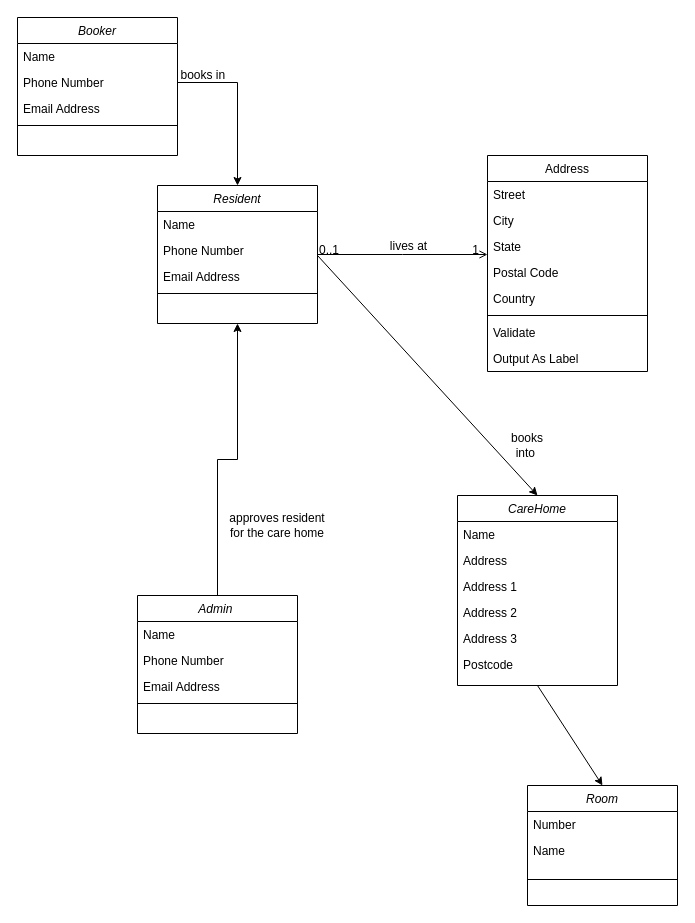
mattwatts36/drawings keeps this draw.io diagram as CareHomeClassDiagram.drawio. Above is the earlier version. Source tidied: cells renumbered, new cells numbered last; positions are measured from the earlier drawing's top-left corner, leaving out a move shared by most shapes. Both pictures are drawn from the tidied source at 100%, with x=0, y=0 at pixel (17, 17).
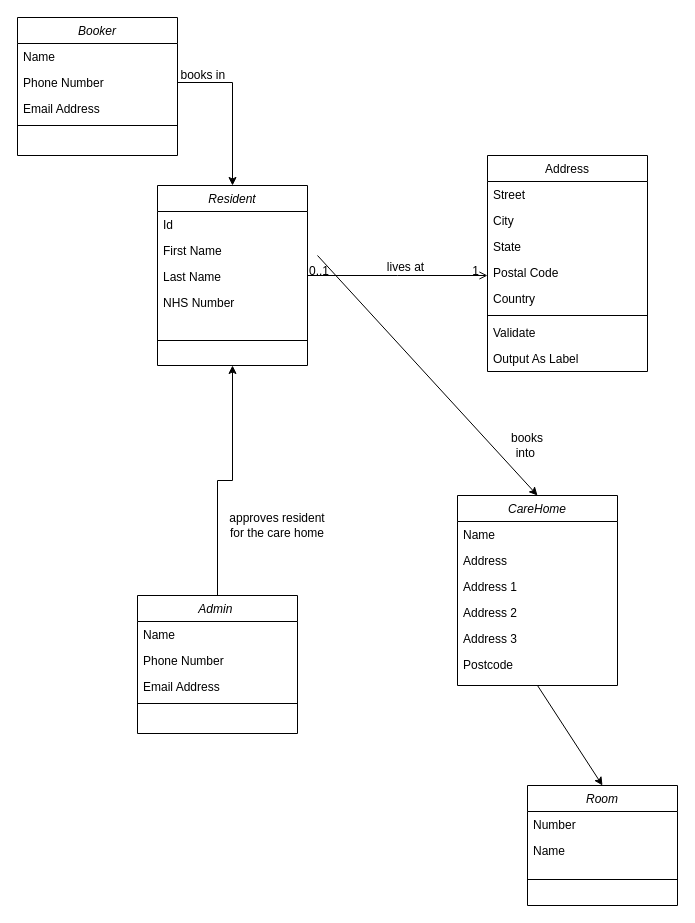
Above is the later version.

Commit message:
Updated resident details

What changed in the source:
```diff
@@
     <mxCell id="2" value="Resident" style="swimlane;fontStyle=2;align=center;verticalAlign=top;horizontal=1;startSize=26;rounded=0;shadow=0;strokeWidth=1;" parent="1" vertex="1">
-      <mxGeometry x="140" y="168" width="160" height="138" as="geometry" />
+      <mxGeometry x="140" y="168" width="150" height="180" as="geometry" />
     </mxCell>
-    <mxCell id="3" value="Name" style="text;align=left;verticalAlign=top;spacingLeft=4;spacingRight=4;overflow=hidden;" parent="2" vertex="1">
-      <mxGeometry y="26" width="160" height="26" as="geometry" />
+    <mxCell id="3" value="Id" style="text;align=left;verticalAlign=top;spacingLeft=4;spacingRight=4;overflow=hidden;" parent="2" vertex="1">
+      <mxGeometry y="26" width="150" height="26" as="geometry" />
     </mxCell>
-    <mxCell id="4" value="Phone Number" style="text;align=left;verticalAlign=top;spacingLeft=4;spacingRight=4;overflow=hidden;rounded=0;shadow=0;html=0;" parent="2" vertex="1">
-      <mxGeometry y="52" width="160" height="26" as="geometry" />
-    </mxCell>
-    <mxCell id="5" value="Email Address" style="text;align=left;verticalAlign=top;spacingLeft=4;spacingRight=4;overflow=hidden;rounded=0;shadow=0;html=0;" parent="2" vertex="1">
-      <mxGeometry y="78" width="160" height="26" as="geometry" />
-    </mxCell>
+    <mxCell id="48" value="First Name" style="text;align=left;verticalAlign=top;spacingLeft=4;spacingRight=4;overflow=hidden;" parent="2" vertex="1">
+      <mxGeometry y="52" width="150" height="26" as="geometry" />
+    </mxCell>
+    <mxCell id="49" value="Last Name" style="text;align=left;verticalAlign=top;spacingLeft=4;spacingRight=4;overflow=hidden;" parent="2" vertex="1">
+      <mxGeometry y="78" width="150" height="26" as="geometry" />
+    </mxCell>
+    <mxCell id="50" value="NHS Number" style="text;align=left;verticalAlign=top;spacingLeft=4;spacingRight=4;overflow=hidden;" parent="2" vertex="1">
+      <mxGeometry y="104" width="150" height="26" as="geometry" />
+    </mxCell>
     <mxCell id="6" style="line;html=1;strokeWidth=1;align=left;verticalAlign=middle;spacingTop=-1;spacingLeft=3;spacingRight=3;labelPosition=right;" parent="2" vertex="1">
-      <mxGeometry y="104" width="160" height="8" as="geometry" />
+      <mxGeometry y="130" width="150" height="50" as="geometry" />
     </mxCell>
```
